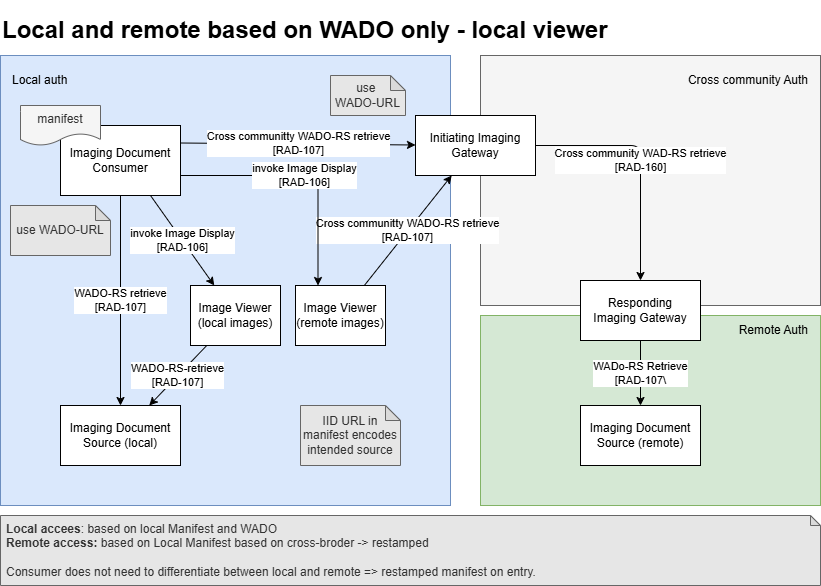
This is mado-profile-images/actors-1-wado-only.drawio.png from hl7-eu/imaging-manifest, a draw.io export, as it was before one commit. Source tidied: cells renumbered, new cells last; positions are measured from the earlier drawing's top-left corner, leaving out a move shared by most shapes.
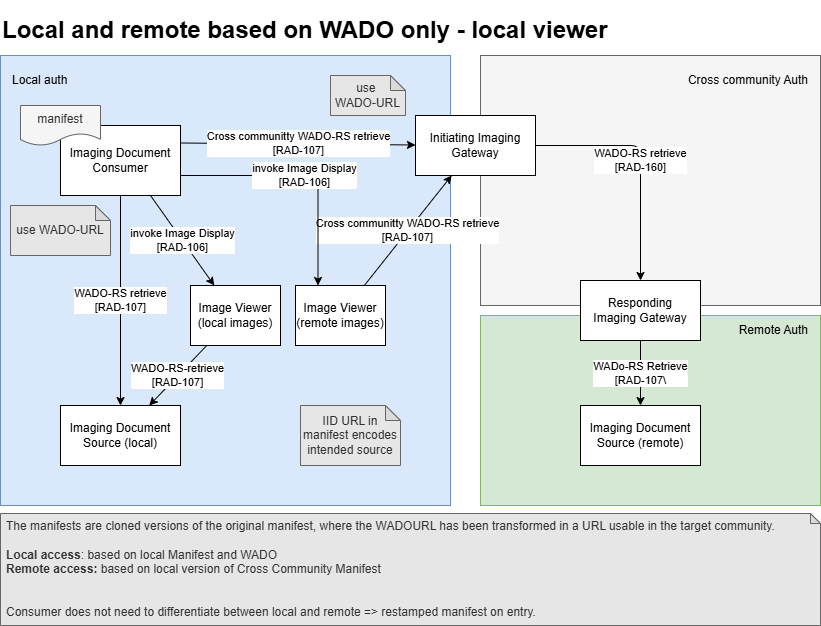
After the change.

Commit message:
Updated based on comments from Charles

Change to the diagram source:
```diff
@@ -20,7 +20,7 @@
     <mxCell id="7" value="Local auth" style="text;html=1;align=left;verticalAlign=middle;whiteSpace=wrap;rounded=0;" parent="1" vertex="1">
       <mxGeometry x="10" y="50" width="190" height="30" as="geometry" />
     </mxCell>
-    <mxCell id="8" value="Cross community WAD-RS retrieve&lt;div&gt;[RAD-160]&lt;/div&gt;" style="edgeStyle=orthogonalEdgeStyle;html=1;exitX=1;exitY=0.5;exitDx=0;exitDy=0;" parent="1" edge="1" source="9" target="14">
+    <mxCell id="8" value="WADO-RS retrieve&lt;div&gt;[RAD-160]&lt;/div&gt;" style="edgeStyle=orthogonalEdgeStyle;html=1;exitX=1;exitY=0.5;exitDx=0;exitDy=0;" parent="1" edge="1" source="9" target="14">
       <mxGeometry relative="1" as="geometry" />
     </mxCell>
     <mxCell id="9" value="Initiating Imaging Gateway" style="whiteSpace=wrap;html=1;" parent="1" vertex="1">
@@ -68,8 +68,8 @@
     <mxCell id="23" value="&lt;h1&gt;Local and remote based on WADO only - local viewer&lt;/h1&gt;" style="text;strokeColor=none;align=left;fillColor=none;html=1;verticalAlign=middle;whiteSpace=wrap;rounded=0;" parent="1" vertex="1">
       <mxGeometry width="790" height="30" as="geometry" />
     </mxCell>
-    <mxCell id="24" value="&lt;b&gt;Local accees&lt;/b&gt;: based on local Manifest and WADO&lt;div&gt;&lt;b&gt;Remote access:&lt;/b&gt; based on Local Manifest based on cross-broder -&amp;gt; restamped&lt;/div&gt;&lt;div&gt;&lt;br&gt;&lt;/div&gt;&lt;div&gt;Consumer does not need to differentiate between local and remote =&amp;gt; restamped manifest on entry.&lt;/div&gt;" style="shape=note;whiteSpace=wrap;html=1;backgroundOutline=1;darkOpacity=0.05;fillColor=#E6E6E6;fontColor=#333333;strokeColor=#666666;size=10;align=left;spacingLeft=4;" parent="1" vertex="1">
-      <mxGeometry y="500" width="820" height="70" as="geometry" />
+    <mxCell id="24" value="The manifests are cloned versions of the original manifest, where the WADOURL has been transformed in a URL usable in the target community.&lt;div&gt;&lt;b&gt;&lt;br&gt;&lt;/b&gt;&lt;/div&gt;&lt;div&gt;&lt;b&gt;Local access&lt;/b&gt;: based on local Manifest and WADO&lt;div&gt;&lt;b&gt;Remote access:&lt;/b&gt; based on local version of Cross Community Manifest&lt;/div&gt;&lt;div&gt;&lt;span style=&quot;font-family: monospace; font-size: 0px; text-wrap-mode: nowrap;&quot;&gt;%3CmxGraphModel%3E%3Croot%3E%3CmxCell%20id%3D%220%22%2F%3E%3CmxCell%20id%3D%221%22%20parent%3D%220%22%2F%3E%3CmxCell%20id%3D%222%22%20value%3D%22%26lt%3Bb%26gt%3BLocal%20accees%26lt%3B%2Fb%26gt%3B%3A%20based%20on%20local%20Manifest%20and%20WADO%26lt%3Bdiv%26gt%3B%26lt%3Bb%26gt%3BRemote%20access%3A%26lt%3B%2Fb%26gt%3B%20based%20on%20Local%20Manifest%20based%20on%20cross-broder%20-%26amp%3Bgt%3B%20restamped%26lt%3B%2Fdiv%26gt%3B%26lt%3Bdiv%26gt%3B%26lt%3Bbr%26gt%3B%26lt%3B%2Fdiv%26gt%3B%26lt%3Bdiv%26gt%3BConsumer%20does%20not%20need%20to%20differentiate%20between%20local%20and%20remote%20%3D%26amp%3Bgt%3B%20restamped%20manifest%20on%20entry.%26lt%3B%2Fdiv%26gt%3B%22%20style%3D%22shape%3Dnote%3BwhiteSpace%3Dwrap%3Bhtml%3D1%3BbackgroundOutline%3D1%3BdarkOpacity%3D0.05%3BfillColor%3D%23E6E6E6%3BfontColor%3D%23333333%3BstrokeColor%3D%23666666%3Bsize%3D10%3Balign%3Dleft%3BspacingLeft%3D4%3B%22%20vertex%3D%221%22%20parent%3D%221%22%3E%3CmxGeometry%20x%3D%22-820%22%20y%3D%22-560%22%20width%3D%22820%22%20height%3D%2270%22%20as%3D%22geometry%22%2F%3E%3C%2FmxCell%3E%3C%2Froot%3E%3C%2FmxGraphModel%3E&lt;/span&gt;&lt;span style=&quot;background-color: transparent; font-size: 0px; text-wrap-mode: nowrap;&quot;&gt;&lt;font face=&quot;monospace&quot;&gt;manifest is a cloned version of the original manifest from the remote community, where the source URL has been transformed in a local community useable URL that points to the IIGW of the local community.&lt;/font&gt;&lt;/span&gt;&lt;/div&gt;&lt;div&gt;&lt;span style=&quot;font-family: monospace; font-size: 0px; text-wrap-mode: nowrap;&quot;&gt;%3CmxGraphModel%3E%3Croot%3E%3CmxCell%20id%3D%220%22%2F%3E%3CmxCell%20id%3D%221%22%20parent%3D%220%22%2F%3E%3CmxCell%20id%3D%222%22%20value%3D%22%26lt%3Bb%26gt%3BLocal%20accees%26lt%3B%2Fb%26gt%3B%3A%20based%20on%20local%20Manifest%20and%20WADO%26lt%3Bdiv%26gt%3B%26lt%3Bb%26gt%3BRemote%20access%3A%26lt%3B%2Fb%26gt%3B%20based%20on%20Local%20Manifest%20based%20on%20cross-broder%20-%26amp%3Bgt%3B%20restamped%26lt%3B%2Fdiv%26gt%3B%26lt%3Bdiv%26gt%3B%26lt%3Bbr%26gt%3B%26lt%3B%2Fdiv%26gt%3B%26lt%3Bdiv%26gt%3BConsumer%20does%20not%20need%20to%20differentiate%20between%20local%20and%20remote%20%3D%26amp%3Bgt%3B%20restamped%20manifest%20on%20entry.%26lt%3B%2Fdiv%26gt%3B%22%20style%3D%22shape%3Dnote%3BwhiteSpace%3Dwrap%3Bhtml%3D1%3BbackgroundOutline%3D1%3BdarkOpacity%3D0.05%3BfillColor%3D%23E6E6E6%3BfontColor%3D%23333333%3BstrokeColor%3D%23666666%3Bsize%3D10%3Balign%3Dleft%3BspacingLeft%3D4%3B%22%20vertex%3D%221%22%20parent%3D%221%22%3E%3CmxGeometry%20x%3D%22-820%22%20y%3D%22-560%22%20width%3D%22820%22%20height%3D%2270%22%20as%3D%22geometry%22%2F%3E%3C%2FmxCell%3E%3C%2Froot%3E%3C%2FmxGraphModel%3E&lt;/span&gt;&lt;/div&gt;&lt;div&gt;Consumer does not need to differentiate between local and remote =&amp;gt; restamped manifest on entry.&lt;/div&gt;&lt;/div&gt;" style="shape=note;whiteSpace=wrap;html=1;backgroundOutline=1;darkOpacity=0.05;fillColor=#E6E6E6;fontColor=#333333;strokeColor=#666666;size=10;align=left;spacingLeft=4;" parent="1" vertex="1">
+      <mxGeometry y="498" width="820" height="112" as="geometry" />
     </mxCell>
     <mxCell id="25" value="Image Viewer&lt;div&gt;(remote images)&lt;/div&gt;" style="whiteSpace=wrap;html=1;" parent="1" vertex="1">
       <mxGeometry x="295" y="270" width="90" height="60" as="geometry" />
```
